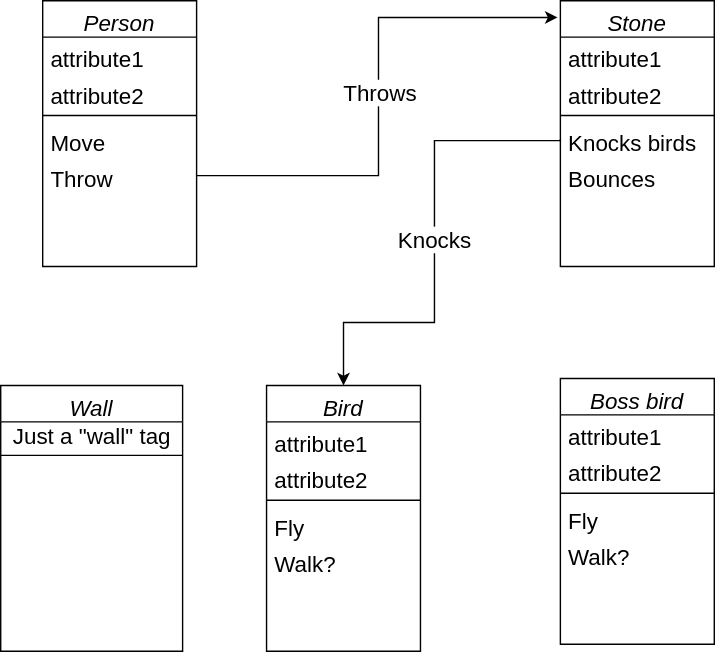
Above: EntitiesAndSystems.drawio.svg in DesseyCodes/The-Kidnapping-of-the-Damsel (draw.io), before the change. Source tidied: cells renumbered, new cells last; positions are measured from the earlier drawing's top-left corner, leaving out a move shared by most shapes.
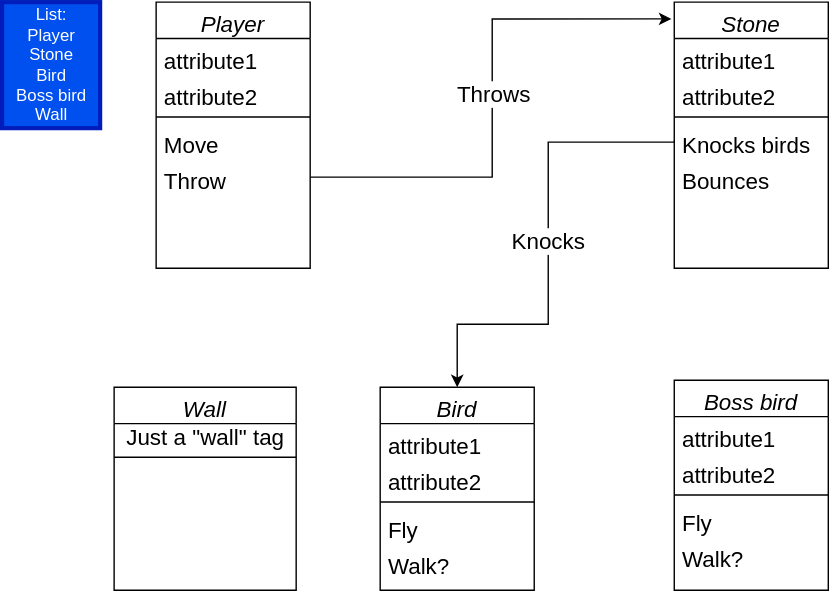
Above is the later version.

Diff of the diagram source:
```diff
@@ -2,7 +2,7 @@
   <root>
     <mxCell id="0" />
     <mxCell id="1" parent="0" />
-    <mxCell id="2" value="Person" style="swimlane;fontStyle=2;align=center;verticalAlign=top;horizontal=1;startSize=26;rounded=0;shadow=0;strokeWidth=1;fontSize=16;" parent="1" vertex="1">
+    <mxCell id="2" value="Player" style="swimlane;fontStyle=2;align=center;verticalAlign=top;horizontal=1;startSize=26;rounded=0;shadow=0;strokeWidth=1;fontSize=16;" parent="1" vertex="1">
       <mxGeometry x="30" width="110" height="190" as="geometry" />
     </mxCell>
     <mxCell id="3" value="attribute1" style="text;align=left;verticalAlign=top;spacingLeft=4;spacingRight=4;overflow=hidden;fontSize=16;" parent="2" vertex="1">
@@ -39,7 +39,7 @@
       <mxGeometry y="112" width="110" height="26" as="geometry" />
     </mxCell>
     <mxCell id="14" value="Bird" style="swimlane;fontStyle=2;align=center;verticalAlign=top;horizontal=1;startSize=26;rounded=0;shadow=0;strokeWidth=1;fontSize=16;" parent="1" vertex="1">
-      <mxGeometry x="190" y="275" width="110" height="190" as="geometry" />
+      <mxGeometry x="190" y="275" width="110" height="145" as="geometry" />
     </mxCell>
     <mxCell id="15" value="attribute1" style="text;align=left;verticalAlign=top;spacingLeft=4;spacingRight=4;overflow=hidden;fontSize=16;" parent="14" vertex="1">
       <mxGeometry y="26" width="110" height="26" as="geometry" />
@@ -80,7 +80,7 @@
       </mxGeometry>
     </mxCell>
     <mxCell id="24" value="Boss bird" style="swimlane;fontStyle=2;align=center;verticalAlign=top;horizontal=1;startSize=26;rounded=0;shadow=0;strokeWidth=1;fontSize=16;" parent="1" vertex="1">
-      <mxGeometry x="400" y="270" width="110" height="190" as="geometry" />
+      <mxGeometry x="400" y="270" width="110" height="150" as="geometry" />
     </mxCell>
     <mxCell id="25" value="attribute1" style="text;align=left;verticalAlign=top;spacingLeft=4;spacingRight=4;overflow=hidden;fontSize=16;" parent="24" vertex="1">
       <mxGeometry y="26" width="110" height="26" as="geometry" />
@@ -98,7 +98,7 @@
       <mxGeometry y="112" width="110" height="26" as="geometry" />
     </mxCell>
     <mxCell id="30" value="Wall" style="swimlane;fontStyle=2;align=center;verticalAlign=top;horizontal=1;startSize=26;rounded=0;shadow=0;strokeWidth=1;fontSize=16;" parent="1" vertex="1">
-      <mxGeometry y="275" width="130" height="190" as="geometry" />
+      <mxGeometry y="275" width="130" height="145" as="geometry" />
     </mxCell>
     <mxCell id="31" value="Just a &quot;wall&quot; tag" style="text;html=1;align=center;verticalAlign=middle;strokeColor=none;fillColor=none;fontSize=16;" parent="30" vertex="1">
       <mxGeometry y="26" width="130" height="20" as="geometry" />
@@ -106,5 +106,8 @@
     <mxCell id="32" style="line;html=1;strokeWidth=1;align=left;verticalAlign=middle;spacingTop=-1;spacingLeft=3;spacingRight=3;labelPosition=right;" parent="30" vertex="1">
       <mxGeometry y="46" width="130" height="8" as="geometry" />
     </mxCell>
+    <mxCell id="33" value="List:&lt;br&gt;Player&lt;br&gt;Stone&lt;br&gt;Bird&lt;br&gt;Boss bird&lt;br&gt;Wall" style="text;html=1;align=center;verticalAlign=middle;strokeColor=#001DBC;fillColor=#0050ef;strokeWidth=3;fontColor=#ffffff;" parent="1" vertex="1">
+      <mxGeometry x="-80" width="70" height="90" as="geometry" />
+    </mxCell>
   </root>
 </mxGraphModel>
```
